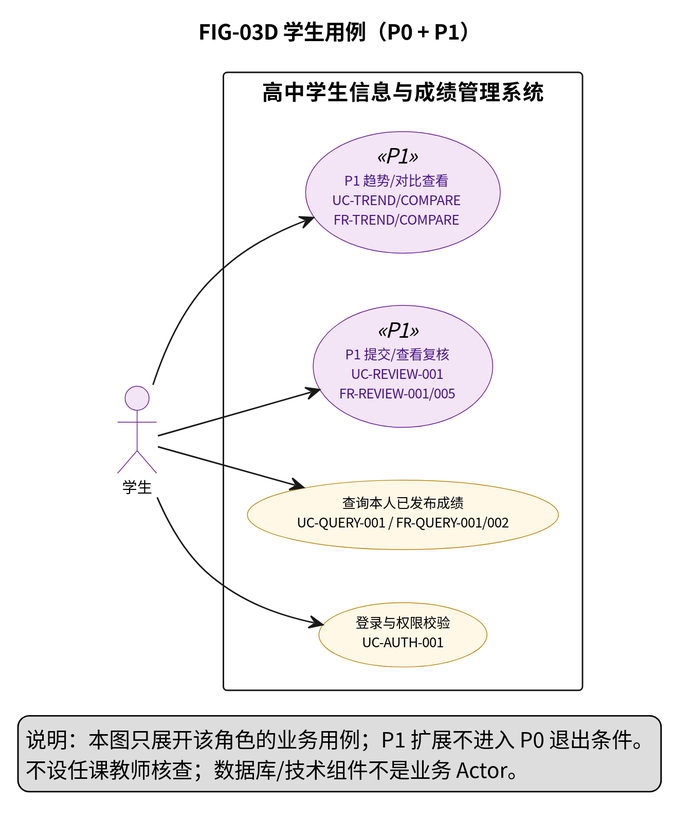
This is docs/requirements/diagrams/svg/FIG-03D-学生用例.svg from Creepppper/Student_System, a PlantUML export, as it was before one commit.
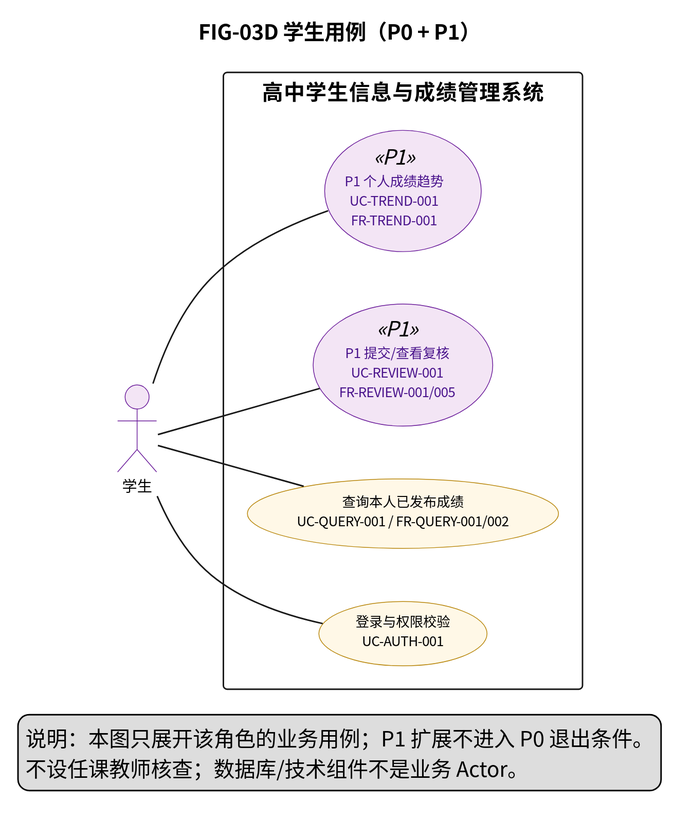
After the commit.

Change to the diagram source:
```diff
@@ -24,12 +24,12 @@
   usecase "登录与权限校验\nUC-AUTH-001" as U_LOGIN
   usecase "查询本人已发布成绩\nUC-QUERY-001 / FR-QUERY-001/002" as U_QUERY
   usecase "P1 提交/查看复核\nUC-REVIEW-001\nFR-REVIEW-001/005" as U_REVIEW <<P1>>
-  usecase "P1 趋势/对比查看\nUC-TREND/COMPARE\nFR-TREND/COMPARE" as U_EXT <<P1>>
+  usecase "P1 个人成绩趋势\nUC-TREND-001\nFR-TREND-001" as U_TREND <<P1>>
 }
-ST --> U_LOGIN
-ST --> U_QUERY
-ST --> U_REVIEW
-ST --> U_EXT
+ST -- U_LOGIN
+ST -- U_QUERY
+ST -- U_REVIEW
+ST -- U_TREND
 legend bottom
   说明：本图只展开该角色的业务用例；P1 扩展不进入 P0 退出条件。
   不设任课教师核查；数据库/技术组件不是业务 Actor。
```
